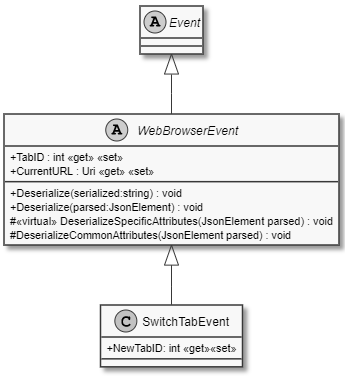
Above: documents/sd/resources/Classes/Modules/WebBrowser/Events/SwitchTabEvent.png in insightmind/MORR (PlantUML), before the change. Its source is kept beside it as documents/sd/plantuml/application/Modules/WebBrowser/Events/SwitchTabEvent.puml.
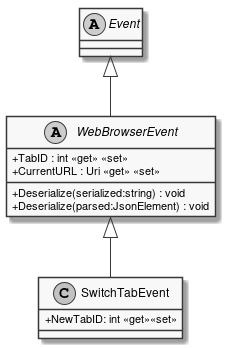
The same file after the commit.

Change to the diagram source:
```diff
@@ -9,8 +9,6 @@
     + TabID : int <<get>> <<set>>
     + Deserialize(serialized:string) : void
     + Deserialize(parsed:JsonElement) : void
-    # <<virtual>> DeserializeSpecificAttributes(JsonElement parsed) : void
-    # DeserializeCommonAttributes(JsonElement parsed) : void
     + CurrentURL : Uri <<get>> <<set>>
 }
 abstract class Event
```
